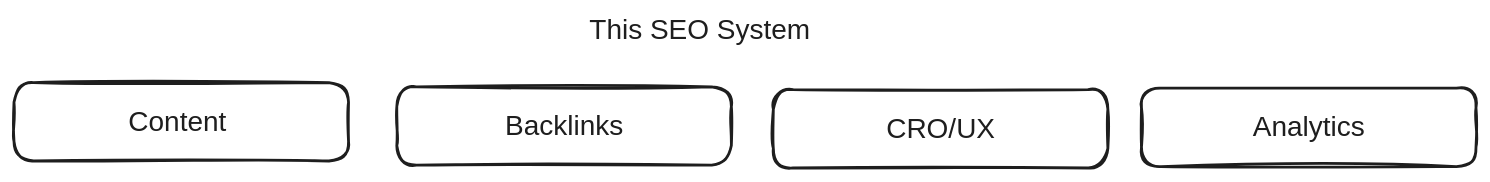
Above: QuickNotes/20240526 The SEO System.excalidraw.svg in mshafat/noteshub (Excalidraw), before the change. Source tidied: one line per element, renumbered; positions are measured from the earlier drawing's top-left corner, leaving out a move shared by most shapes.
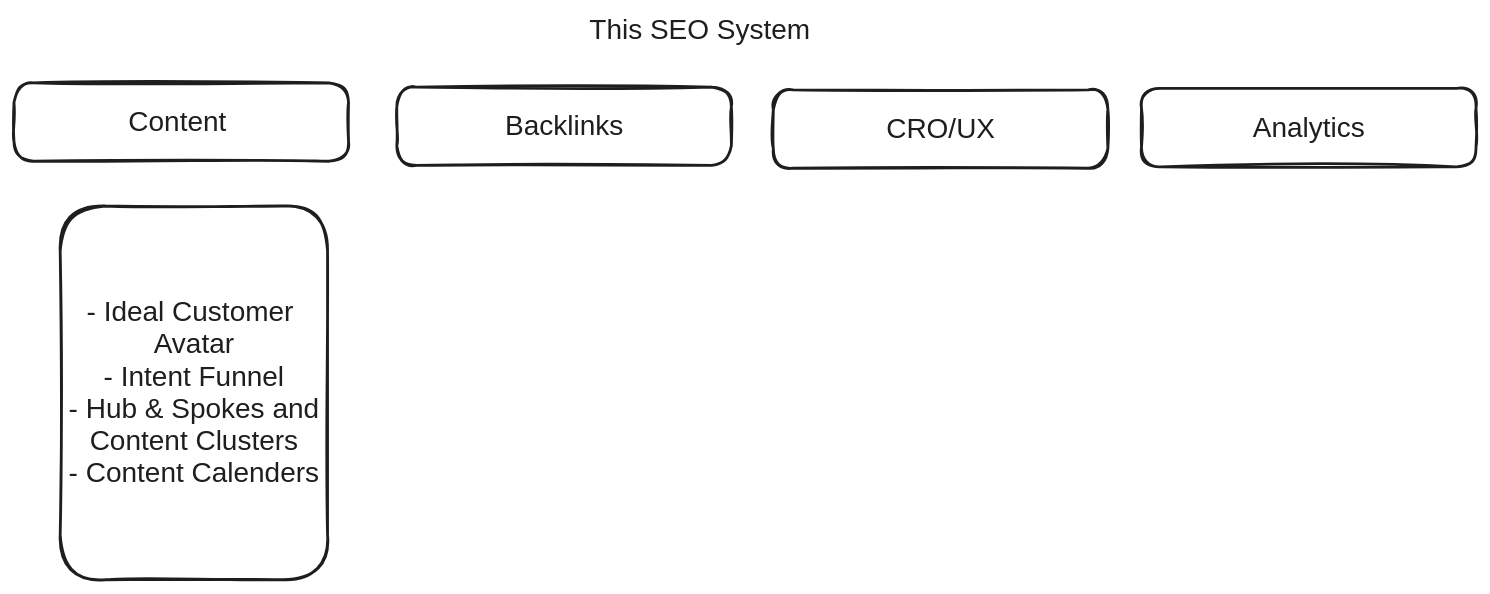
The same diagram one commit later.

Diff of the diagram source:
```diff
@@ -7,3 +7,5 @@
 {"id": 6, "type": "text", "text": "CRO/UX", "strokeColor": "#1e1e1e", "strokeWidth": 2, "roughness": 1, "fontSize": 20, "fontFamily": 2, "textAlign": "center", "verticalAlign": "middle", "inside": 5, "x": 623, "y": 70, "width": 78, "height": 23}
 {"id": 7, "type": "rectangle", "strokeColor": "#1e1e1e", "strokeWidth": 2, "roughness": 1, "round": true, "x": 806, "y": 53, "width": 239, "height": 56}
 {"id": 8, "type": "text", "text": "Analytics", "strokeColor": "#1e1e1e", "strokeWidth": 2, "roughness": 1, "fontSize": 20, "fontFamily": 2, "textAlign": "center", "verticalAlign": "middle", "inside": 7, "x": 885, "y": 70, "width": 80, "height": 23}
+{"id": 9, "type": "rectangle", "strokeColor": "#1e1e1e", "strokeWidth": 2, "roughness": 1, "round": true, "x": 33, "y": 137, "width": 191, "height": 267}
+{"id": 10, "type": "text", "text": "- Ideal Customer \nAvatar\n- Intent Funnel\n- Hub & Spokes and\nContent Clusters\n- Content Calenders", "strokeColor": "#1e1e1e", "strokeWidth": 2, "roughness": 1, "fontSize": 20, "fontFamily": 2, "textAlign": "center", "verticalAlign": "middle", "inside": 9, "x": 39, "y": 202, "width": 179, "height": 138}
```
